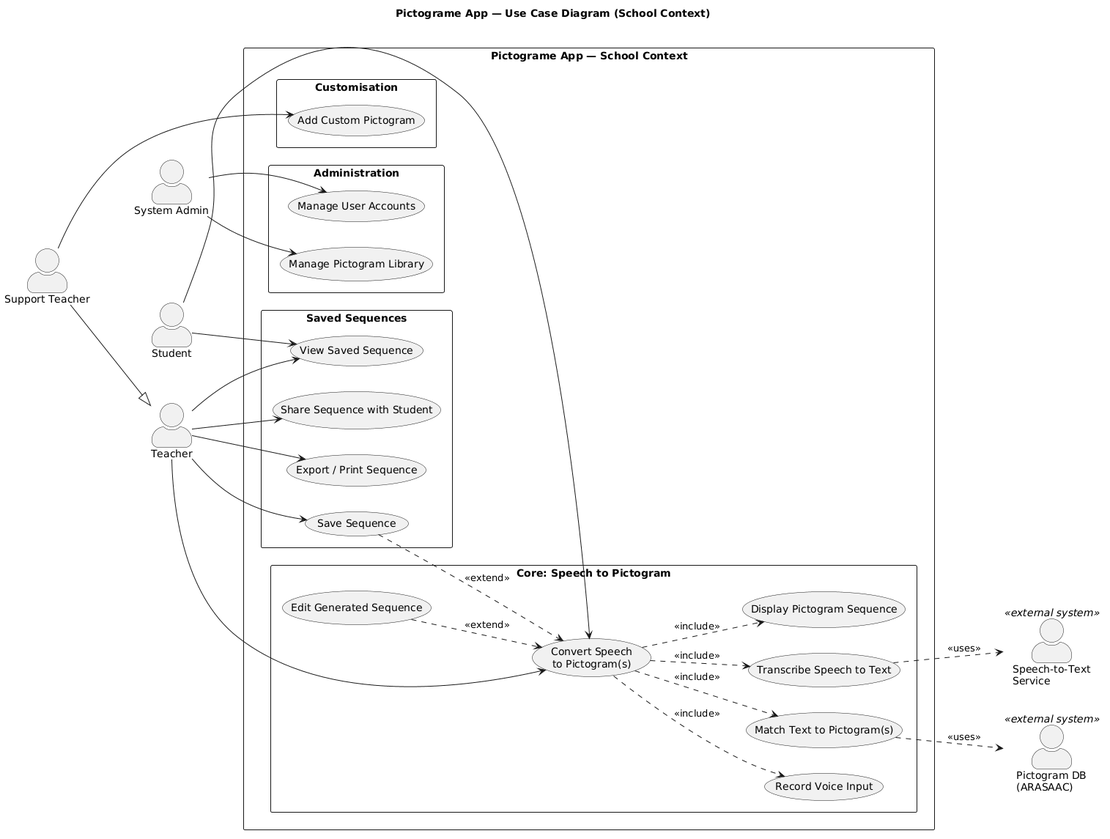
Above: docs/uml/Use_Case_Diagram.png in A-Stupu/PictExpress_app (PlantUML), before the change. Its diagram source:
```plantuml
@startuml
title Pictograme App — Use Case Diagram (School Context)

left to right direction
skinparam actorStyle awesome
skinparam packageStyle rectangle

actor "Teacher"                  as T
actor "Support Teacher"          as ST
actor "Student"                  as S
actor "System Admin"             as SA
actor "Speech-to-Text\nService"  as STT     <<external system>>
actor "Pictogram DB\n(ARASAAC)"  as ARASAAC <<external system>>

ST --|> T

rectangle "Pictograme App — School Context" {

  package "Core: Speech to Pictogram" {
    usecase "Convert Speech\nto Pictogram(s)"  as UC_CONVERT
    usecase "Record Voice Input"               as UC_RECORD
    usecase "Transcribe Speech to Text"        as UC_TRANSCRIBE
    usecase "Match Text to Pictogram(s)"       as UC_MATCH
    usecase "Display Pictogram Sequence"       as UC_DISPLAY
    usecase "Edit Generated Sequence"          as UC_EDIT_SEQ
  }

  package "Saved Sequences" {
    usecase "Save Sequence"                    as UC_SAVE
    usecase "View Saved Sequence"              as UC_VIEW
    usecase "Share Sequence with Student"      as UC_SHARE
    usecase "Export / Print Sequence"          as UC_EXPORT
  }

  package "Customisation" {
    usecase "Add Custom Pictogram"             as UC_CUSTOM
  }

  package "Administration" {
    usecase "Manage User Accounts"             as UC_USERS
    usecase "Manage Pictogram Library"         as UC_LIB
  }

}


T --> UC_CONVERT
T --> UC_SAVE
T --> UC_VIEW
T --> UC_SHARE
T --> UC_EXPORT

ST --> UC_CUSTOM

S --> UC_CONVERT
S --> UC_VIEW

SA --> UC_USERS
SA --> UC_LIB

UC_TRANSCRIBE ..> STT     : <<uses>>
UC_MATCH       ..> ARASAAC : <<uses>>

UC_CONVERT  ..> UC_RECORD      : <<include>>
UC_CONVERT  ..> UC_TRANSCRIBE  : <<include>>
UC_CONVERT  ..> UC_MATCH       : <<include>>
UC_CONVERT  ..> UC_DISPLAY     : <<include>>

UC_EDIT_SEQ ..> UC_CONVERT     : <<extend>>
UC_SAVE     ..> UC_CONVERT     : <<extend>>
@enduml
```
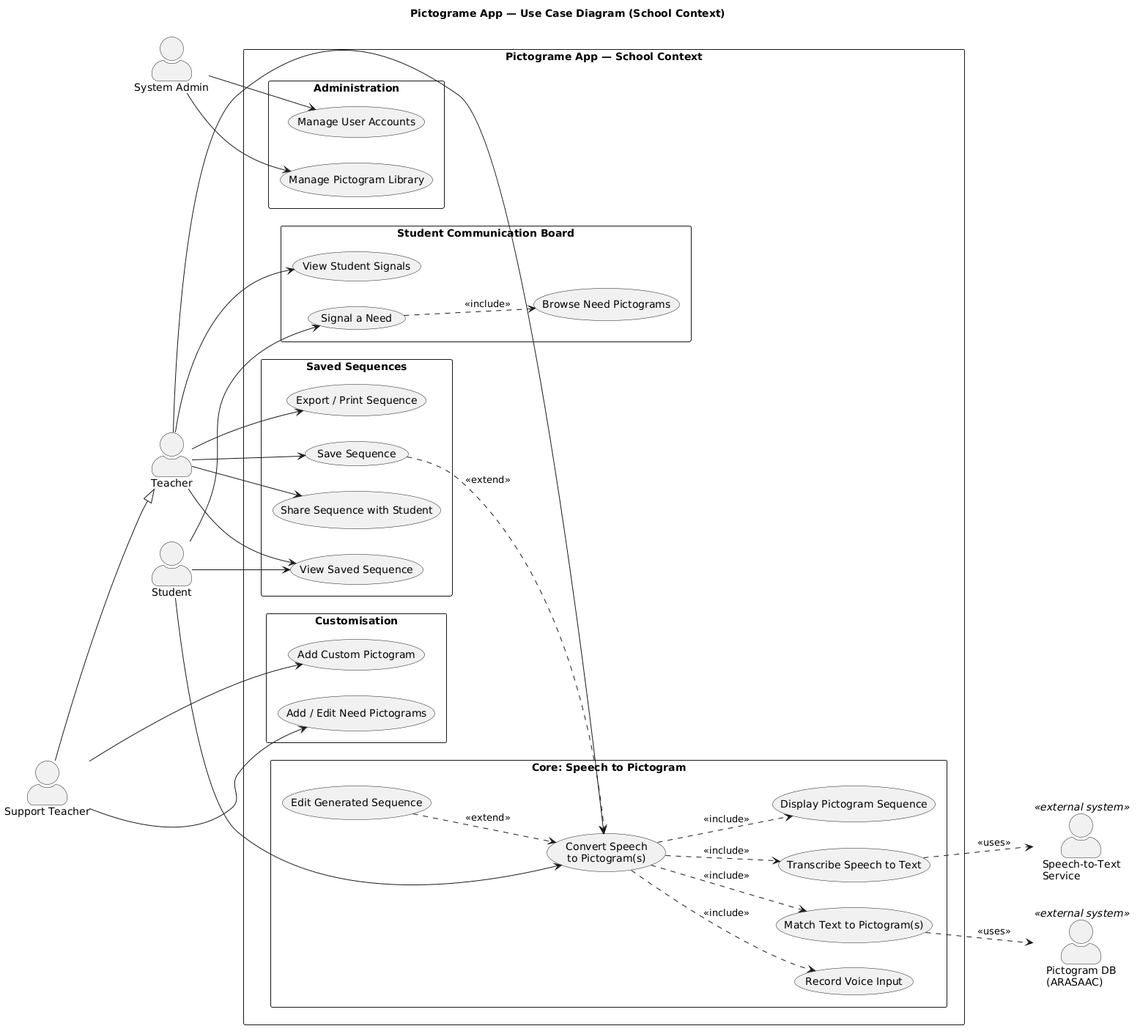
After the commit.

The edit, as a diff of the source:
```diff
@@ -32,8 +32,15 @@
     usecase "Export / Print Sequence"          as UC_EXPORT
   }
 
+  package "Student Communication Board" {
+    usecase "Browse Need Pictograms"           as UC_BROWSE_NEEDS
+    usecase "Signal a Need"                    as UC_SIGNAL
+    usecase "View Student Signals"             as UC_VIEW_SIGNALS
+  }
+
   package "Customisation" {
     usecase "Add Custom Pictogram"             as UC_CUSTOM
+    usecase "Add / Edit Need Pictograms"       as UC_EDIT_NEEDS
   }
 
   package "Administration" {
@@ -51,9 +58,13 @@
 T --> UC_EXPORT
 
 ST --> UC_CUSTOM
+ST --> UC_EDIT_NEEDS
 
 S --> UC_CONVERT
 S --> UC_VIEW
+S --> UC_SIGNAL
+
+T --> UC_VIEW_SIGNALS
 
 SA --> UC_USERS
 SA --> UC_LIB
@@ -68,4 +79,6 @@
 
 UC_EDIT_SEQ ..> UC_CONVERT     : <<extend>>
 UC_SAVE     ..> UC_CONVERT     : <<extend>>
+
+UC_SIGNAL   ..> UC_BROWSE_NEEDS : <<include>>
 @enduml
```
